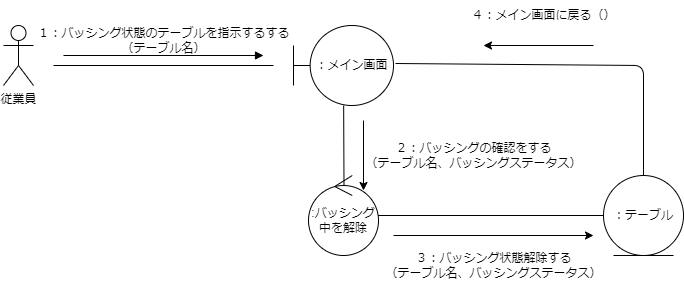
MasakiHiguchi/--- keeps this draw.io diagram as psp4/コミュニケーション図/コミュニケーション図_バッシング.drawio.png. Above is the earlier version. Source tidied: cells renumbered, new cells last; positions are measured from the earlier drawing's top-left corner, leaving out a move shared by most shapes.
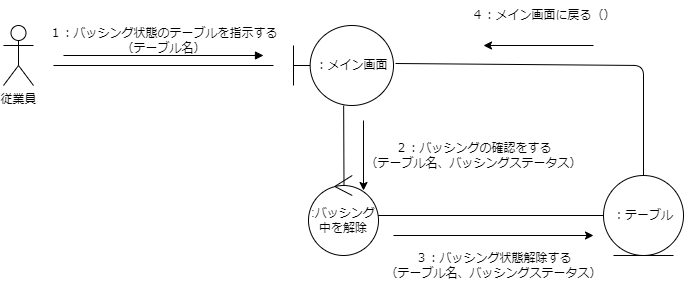
Above is the later version.

Diff of the diagram source:
```diff
@@ -17,8 +17,8 @@
     <mxCell id="5" value="：メイン画面" style="shape=umlBoundary;whiteSpace=wrap;html=1;" parent="1" vertex="1">
       <mxGeometry x="290" y="25" width="100" height="80" as="geometry" />
     </mxCell>
-    <mxCell id="6" value="１：バッシング状態のテーブルを指示するする&lt;br&gt;（テーブル名）" style="text;html=1;align=center;verticalAlign=middle;strokeColor=none;fillColor=none;" parent="1" vertex="1">
-      <mxGeometry x="20" y="20" width="280" height="40" as="geometry" />
+    <mxCell id="6" value="１：バッシング状態のテーブルを指示する&lt;br&gt;（テーブル名）" style="text;html=1;align=center;verticalAlign=middle;strokeColor=none;fillColor=none;" parent="1" vertex="1">
+      <mxGeometry x="35" y="20" width="250" height="40" as="geometry" />
     </mxCell>
     <mxCell id="7" style="endArrow=block;html=1;endFill=1;" parent="1" edge="1">
       <mxGeometry relative="1" as="geometry">
```
